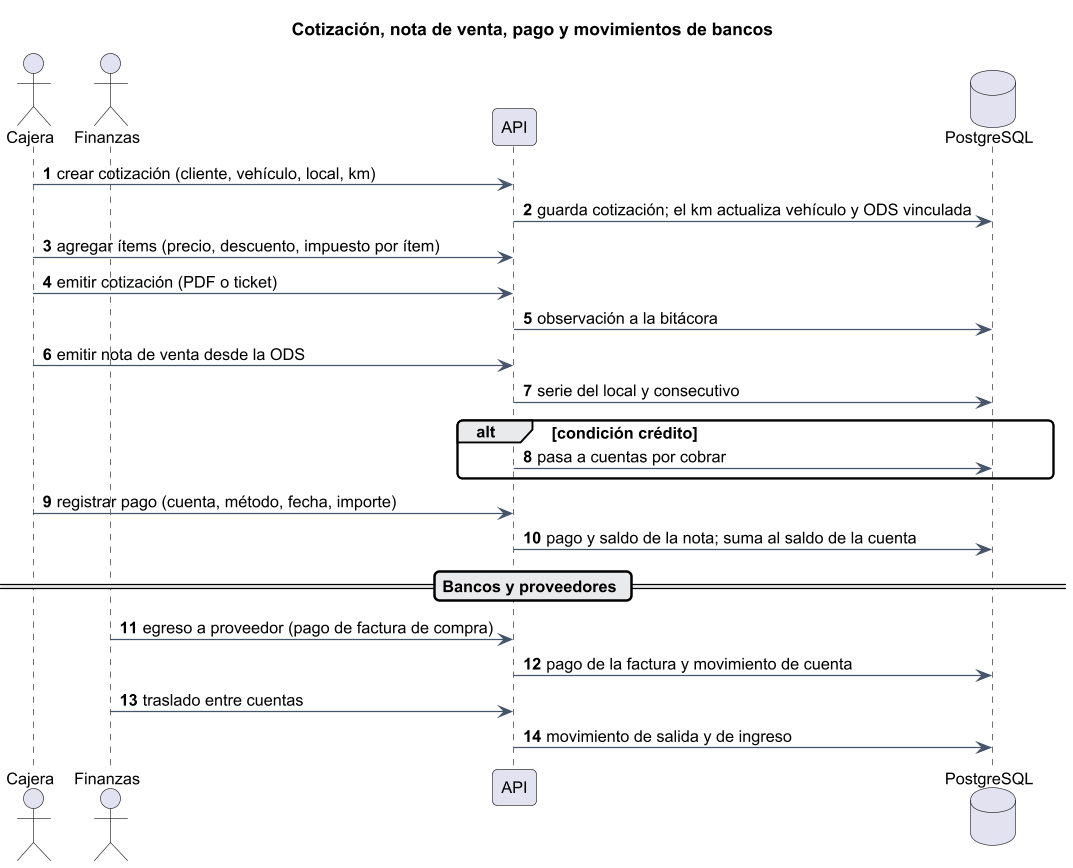
AlvaroMachaca05Dev/Tesis_Posventa keeps this PlantUML diagram as diagramas/R81_consolidados/png/DSE-R81-0004_secuencia_cotizacion_nota_pago_y_bancos.png. Above is the earlier version. The source it was exported from:
```plantuml
@startuml
skinparam shadowing false
skinparam defaultFontName Arial
skinparam defaultFontSize 13
skinparam dpi 120
skinparam roundCorner 8
skinparam ArrowColor #44546a
skinparam ClassBackgroundColor #f4f8fc
skinparam ClassBorderColor #44546a
skinparam PackageBackgroundColor #ffffff
skinparam NoteBackgroundColor #fff8e1
autonumber
skinparam sequenceMessageAlign left
skinparam ParticipantPadding 18

title Cotización, nota de venta, pago y movimientos de bancos
actor Cajera
actor Finanzas
participant "API" as A
database "PostgreSQL" as DB
Cajera -> A : crear cotización (cliente, vehículo, local, km)
A -> DB : guarda cotización; el km actualiza vehículo y ODS vinculada
Cajera -> A : agregar ítems (precio, descuento, impuesto por ítem)
Cajera -> A : emitir cotización (PDF o ticket)
A -> DB : observación a la bitácora
Cajera -> A : emitir nota de venta desde la ODS
A -> DB : serie del local y consecutivo
alt condición crédito
  A -> DB : pasa a cuentas por cobrar
end
Cajera -> A : registrar pago (cuenta, método, fecha, importe)
A -> DB : pago y saldo de la nota; suma al saldo de la cuenta
== Bancos y proveedores ==
Finanzas -> A : egreso a proveedor (pago de factura de compra)
A -> DB : pago de la factura y movimiento de cuenta
Finanzas -> A : traslado entre cuentas
A -> DB : movimiento de salida y de ingreso
@enduml
```
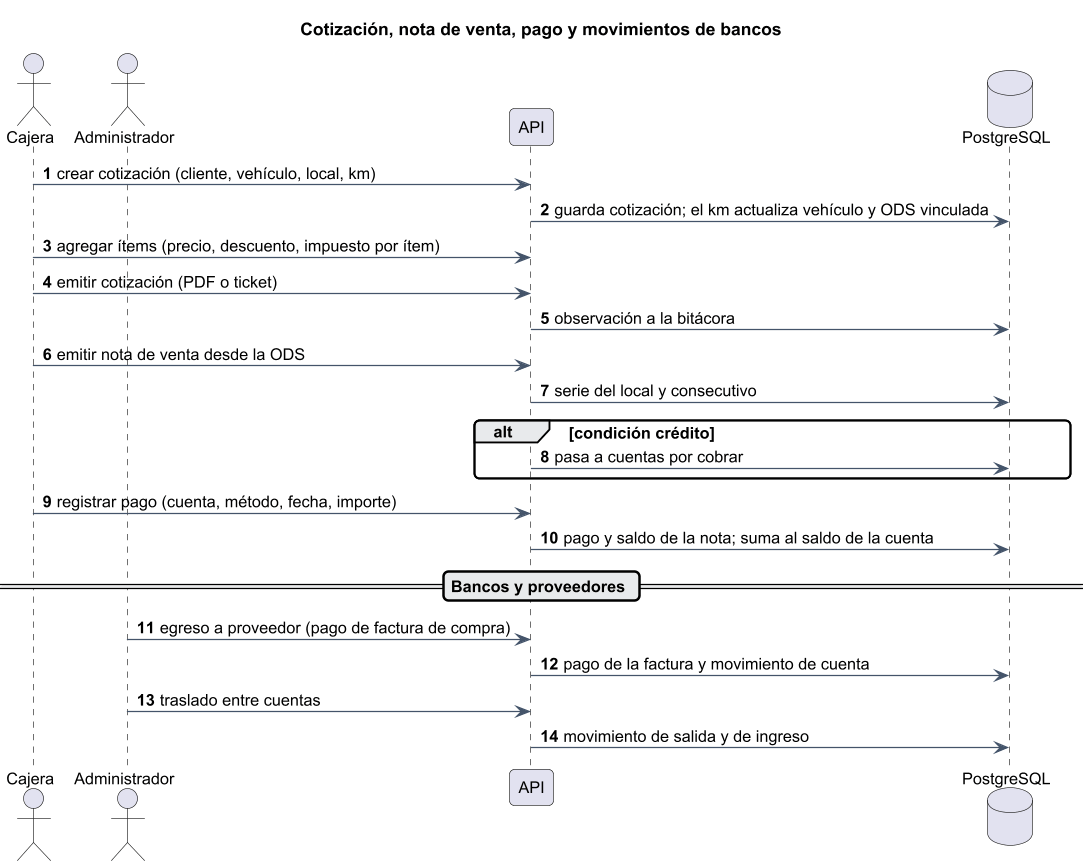
After the change.

Change to the diagram source:
```diff
@@ -15,7 +15,7 @@
 
 title Cotización, nota de venta, pago y movimientos de bancos
 actor Cajera
-actor Finanzas
+actor Administrador
 participant "API" as A
 database "PostgreSQL" as DB
 Cajera -> A : crear cotización (cliente, vehículo, local, km)
@@ -31,8 +31,8 @@
 Cajera -> A : registrar pago (cuenta, método, fecha, importe)
 A -> DB : pago y saldo de la nota; suma al saldo de la cuenta
 == Bancos y proveedores ==
-Finanzas -> A : egreso a proveedor (pago de factura de compra)
+Administrador -> A : egreso a proveedor (pago de factura de compra)
 A -> DB : pago de la factura y movimiento de cuenta
-Finanzas -> A : traslado entre cuentas
+Administrador -> A : traslado entre cuentas
 A -> DB : movimiento de salida y de ingreso
 @enduml
```
